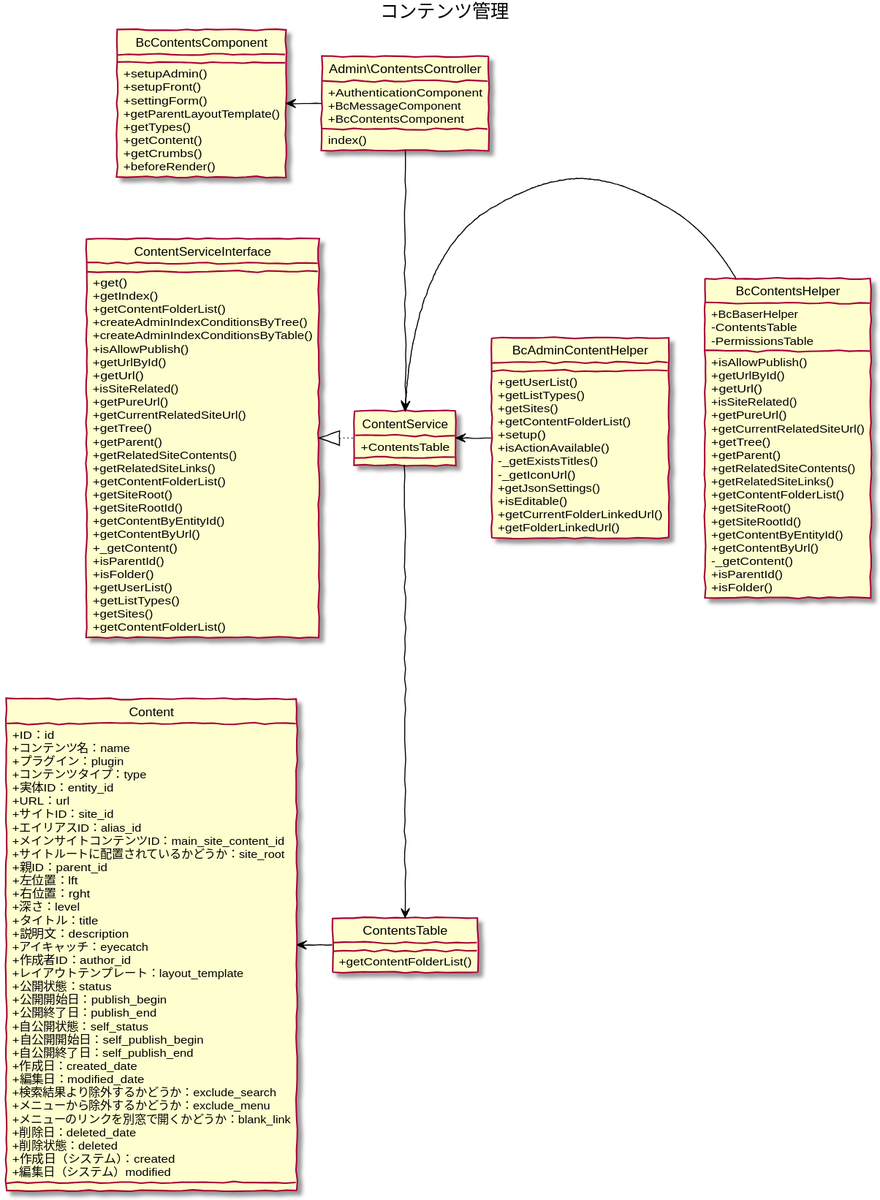
Earlier version of the PlantUML export 5/ucmitz/class/manage_contents.svg (baserproject/baserproject.github.io). Its source is kept beside it as src/puml/5/ucmitz/class/manage_contents.puml.
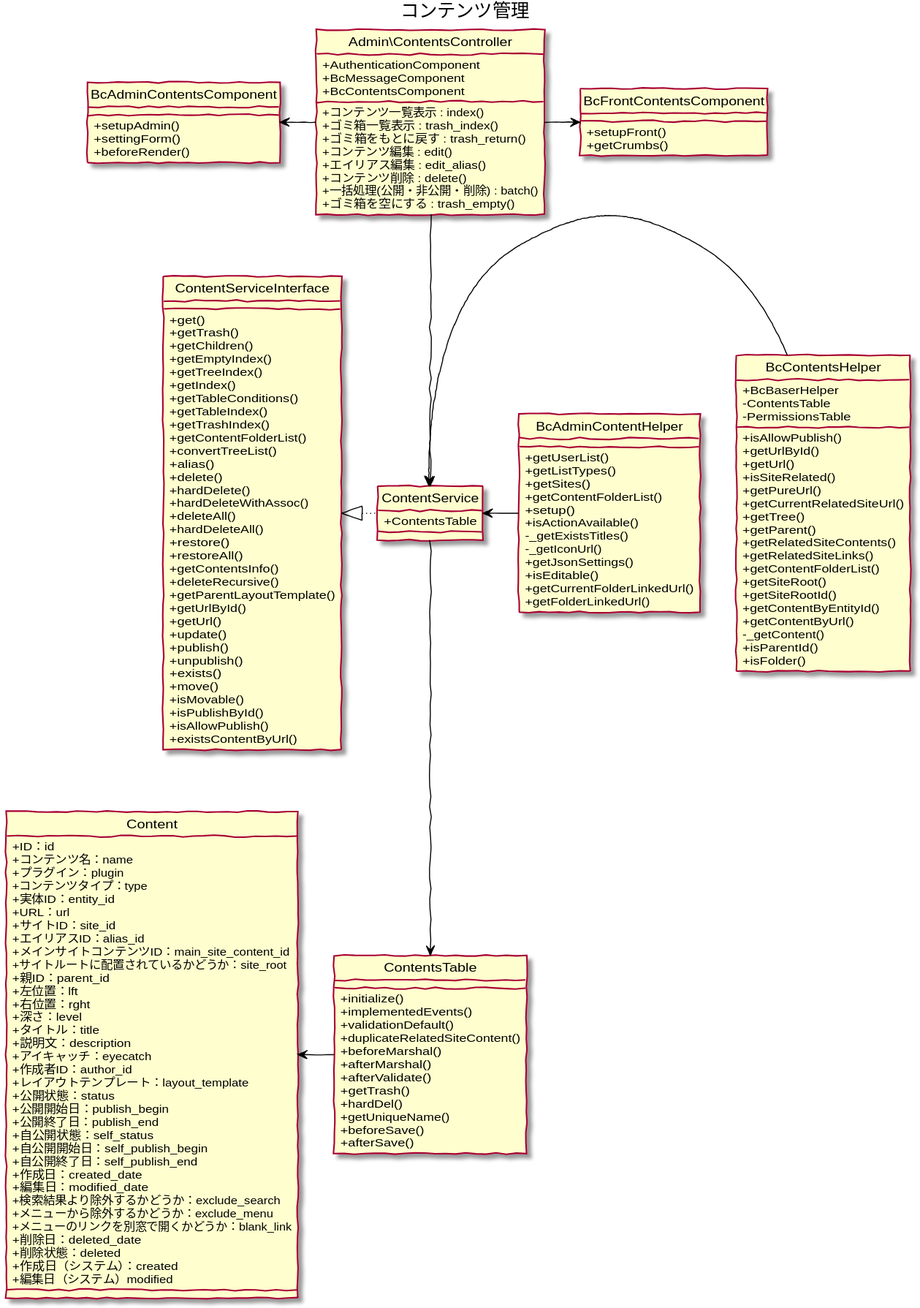
Later version of the same file.

Commit message:
Admin/Content周りのドキュメント追加

Change to the diagram source:
```diff
@@ -9,18 +9,25 @@
   + AuthenticationComponent
   + BcMessageComponent
   + BcContentsComponent
-  index()
+  + コンテンツ一覧表示 : index()
+  + ゴミ箱一覧表示 : trash_index()
+  + ゴミ箱をもとに戻す : trash_return()
+  + コンテンツ編集 : edit()
+  + エイリアス編集 : edit_alias()
+  + コンテンツ削除 : delete()
+  + 一括処理(公開・非公開・削除) : batch()
+  + ゴミ箱を空にする : trash_empty()
 }
 
-class BcContentsComponent {
+class BcAdminContentsComponent {
   + setupAdmin()
+  + settingForm()
+  + beforeRender()
+}
+
+class BcFrontContentsComponent {
   + setupFront()
-  + settingForm()
-  + getParentLayoutTemplate()
-  + getTypes()
-  + getContent()
   + getCrumbs()
-  + beforeRender()
 }
 
 class BcAdminContentHelper {
@@ -67,7 +74,18 @@
 }
 
 class ContentsTable {
-  + getContentFolderList()
+  + initialize()
+  + implementedEvents()
+  + validationDefault()
+  + duplicateRelatedSiteContent()
+  + beforeMarshal()
+  + afterMarshal()
+  + afterValidate()
+  + getTrash()
+  + hardDel()
+  + getUniqueName()
+  + beforeSave()
+  + afterSave()
 }
 
 class Content {
@@ -109,35 +127,42 @@
 
 class ContentServiceInterface {
   + get()
+  + getTrash()
+  + getChildren()
+  + getEmptyIndex()
+  + getTreeIndex()
   + getIndex()
+  + getTableConditions()
+  + getTableIndex()
+  + getTrashIndex()
   + getContentFolderList()
-  + createAdminIndexConditionsByTree()
-  + createAdminIndexConditionsByTable()
-  + isAllowPublish()
+  + convertTreeList()
+  + alias()
+  + delete()
+  + hardDelete()
+  + hardDeleteWithAssoc()
+  + deleteAll()
+  + hardDeleteAll()
+  + restore()
+  + restoreAll()
+  + getContentsInfo()
+  + deleteRecursive()
+  + getParentLayoutTemplate()
   + getUrlById()
   + getUrl()
-  + isSiteRelated()
-  + getPureUrl()
-  + getCurrentRelatedSiteUrl()
-  + getTree()
-  + getParent()
-  + getRelatedSiteContents()
-  + getRelatedSiteLinks()
-  + getContentFolderList()
-  + getSiteRoot()
-  + getSiteRootId()
-  + getContentByEntityId()
-  + getContentByUrl()
-  + _getContent()
-  + isParentId()
-  + isFolder()
-  + getUserList()
-  + getListTypes()
-  + getSites()
-  + getContentFolderList()
+  + update()
+  + publish()
+  + unpublish()
+  + exists()
+  + move()
+  + isMovable()
+  + isPublishById()
+  + isAllowPublish()
+  + existsContentByUrl()
 }
 
-Admin\ContentsController -left[#Black]-> BcContentsComponent
+Admin\ContentsController -left[#Black]-> BcAdminContentsComponent
+Admin\ContentsController -right[#Black]-> BcFrontContentsComponent
 Admin\ContentsController -down[#Black]-> ContentService
 
 BcContentsHelper -left[#Black]-> ContentService
```
